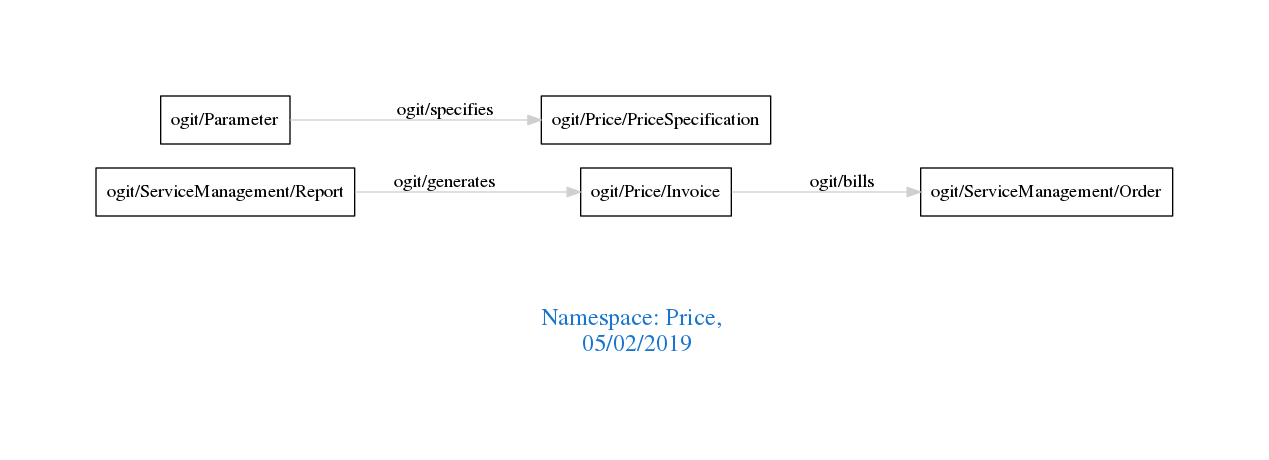
arago/OGIT keeps this Graphviz diagram as downloads/Price.png. Above is the earlier version. Its source is kept beside it as downloads/Price.dot.
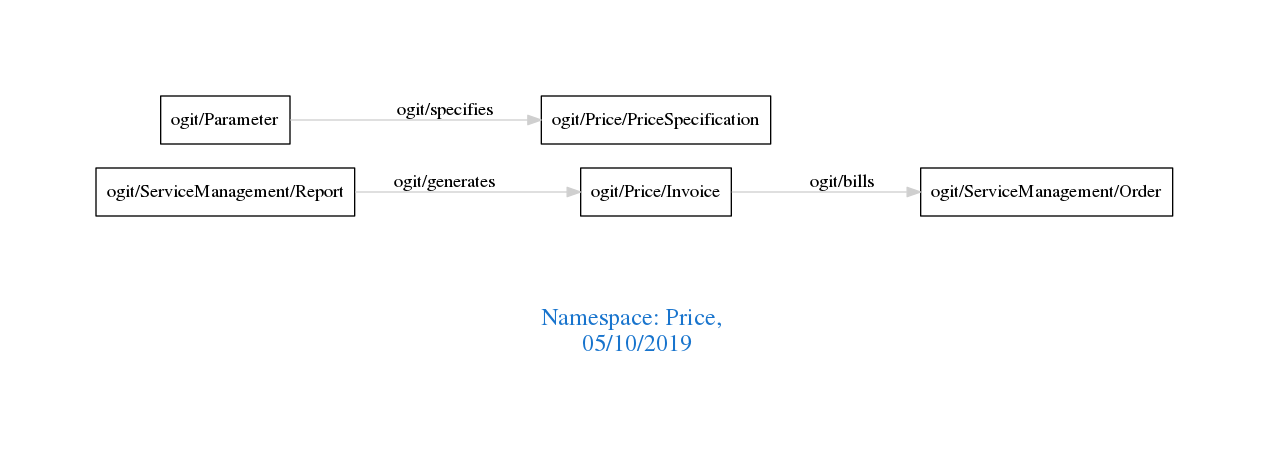
After the commit.

Diff of the diagram source:
```diff
@@ -1,7 +1,7 @@
 digraph OGIT_ontology {
  graph [ rankdir= LR,pad=1
 fontsize = 18,
-fontcolor= dodgerblue3,label = "\n\n\nNamespace: Price, \n 05/02/2019"];
+fontcolor= dodgerblue3,label = "\n\n\nNamespace: Price, \n 05/10/2019"];
 node[shape=polygon];
 edge [  color="gray81"];
 
```
